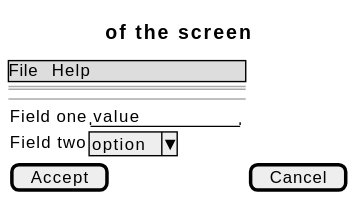
Above: docs/01-requirements/use-cases/managePlugin/wireframes.svg in didactika/kampus (PlantUML), before the change.
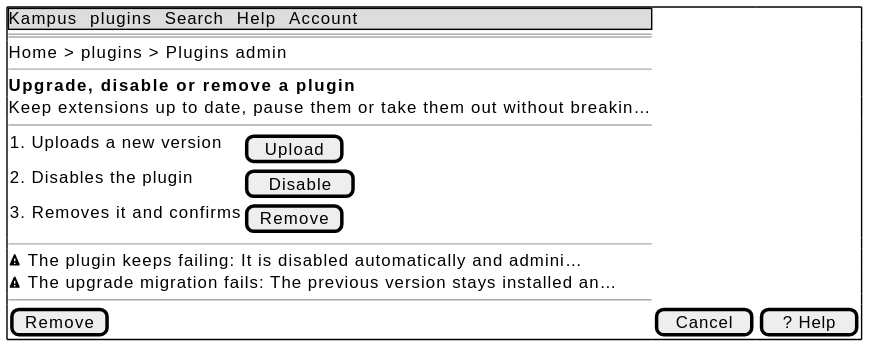
Later version of the same file.

Change to the diagram source:
```diff
@@ -1,13 +1,21 @@
 @startsalt
-{
-  {* File | Help }
+{+
+  {* Kampus | plugins | Search | Help | Account }
   ==
-  Title of the screen
+  Home > plugins > Plugins admin
+  --
+  <b>Upgrade, disable or remove a plugin
+  Keep extensions up to date, pause them or take them out without breakin…
   --
   {
-    Field one | "value        "
-    Field two | ^option^
+    1. Uploads a new version | [ Upload ]
+    2. Disables the plugin | [ Disable ]
+    3. Removes it and confirms | [ Remove ]
   }
-  [ Accept ] | [ Cancel ]
+  --
+  <&warning> The plugin keeps failing: It is disabled automatically and admini…
+  <&warning> The upgrade migration fails: The previous version stays installed an…
+  --
+  [ Remove ] | [ Cancel ] | [ ? Help ]
 }
 @endsalt
```
